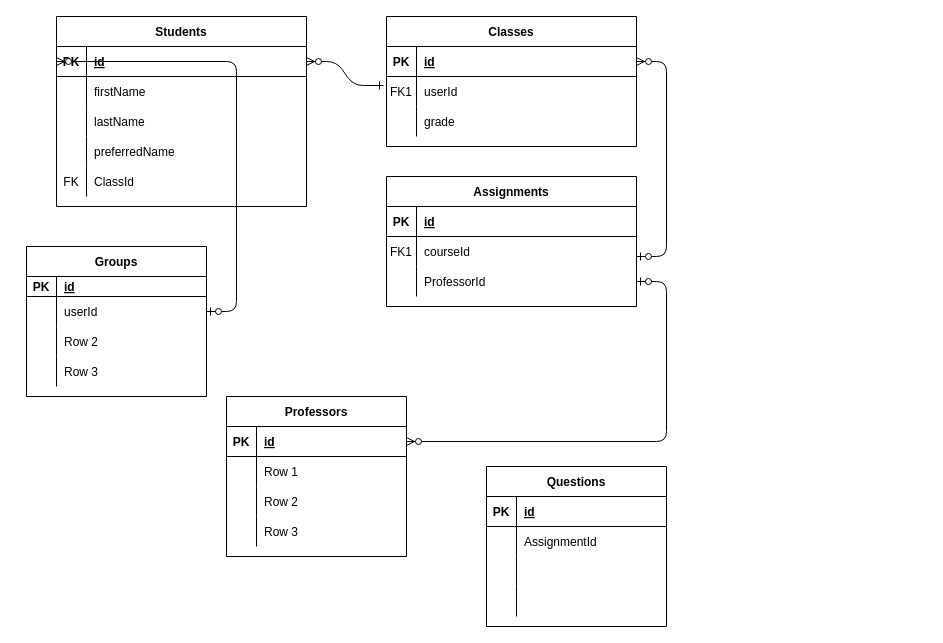
The draw.io diagram tophat ERD.drawio in HenryMao/smartTopHat, before the edit. Source tidied: cells renumbered, new cells numbered last; positions are measured from the earlier drawing's top-left corner, leaving out a move shared by most shapes. Both pictures are drawn from the tidied source at 100%, with x=0, y=0 at pixel (26, 16).
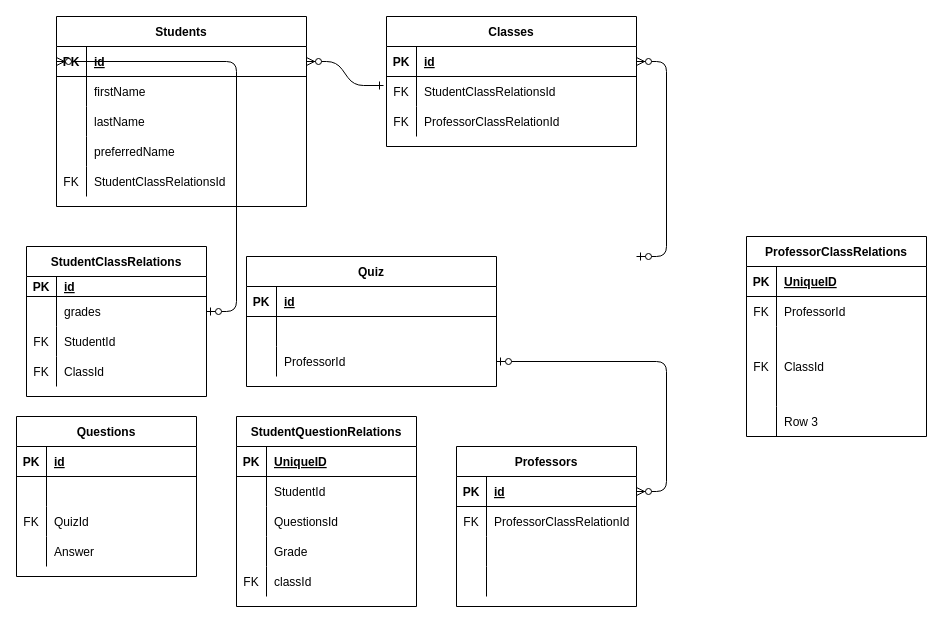
After the change.

Commit message:
tentative tophat ERD draft

Unchanged cells that the change refers to:
```xml
<mxCell id="7" style="shape=partialRectangle;fillColor=none;points=[[0,0.5],[1,0.5]];portConstraint=eastwest;top=0;left=0;right=0;bottom=0;" parent="3" vertex="1">
  <mxGeometry y="60" width="250" height="30" as="geometry" />
</mxCell>
<mxCell id="10" style="shape=partialRectangle;fillColor=none;top=0;left=0;right=0;bottom=0;" parent="3" vertex="1">
  <mxGeometry y="90" width="250" height="30" as="geometry" />
</mxCell>
<mxCell id="17" style="shape=partialRectangle;fillColor=none;top=0;left=0;right=0;bottom=0;" parent="13" vertex="1">
  <mxGeometry y="60" width="250" height="30" as="geometry" />
</mxCell>
<mxCell id="36" style="shape=partialRectangle;fillColor=none;top=0;left=0;right=0;bottom=0;" parent="23" vertex="1">
  <mxGeometry y="150" width="250" height="30" as="geometry" />
</mxCell>
<mxCell id="43" style="shape=partialRectangle;fillColor=none;top=0;left=0;bottom=0;right=0;points=[[0,0.5],[1,0.5]];portConstraint=eastwest;" parent="39" vertex="1">
  <mxGeometry y="50" width="180" height="30" as="geometry" />
</mxCell>
<mxCell id="46" style="shape=partialRectangle;fillColor=none;top=0;left=0;bottom=0;right=0;" parent="39" vertex="1">
  <mxGeometry y="80" width="180" height="30" as="geometry" />
</mxCell>
<mxCell id="49" style="shape=partialRectangle;fillColor=none;top=0;left=0;bottom=0;right=0;" parent="39" vertex="1">
  <mxGeometry y="110" width="180" height="30" as="geometry" />
</mxCell>
<mxCell id="56" style="shape=partialRectangle;fillColor=none;top=0;left=0;bottom=0;right=0;" parent="52" vertex="1">
  <mxGeometry y="60" width="180" height="30" as="geometry" />
</mxCell>
<mxCell id="59" style="shape=partialRectangle;fillColor=none;top=0;left=0;bottom=0;right=0;" parent="52" vertex="1">
  <mxGeometry y="90" width="180" height="30" as="geometry" />
</mxCell>
<mxCell id="62" style="shape=partialRectangle;fillColor=none;top=0;left=0;bottom=0;right=0;" parent="52" vertex="1">
  <mxGeometry y="120" width="180" height="30" as="geometry" />
</mxCell>
<mxCell id="71" style="shape=partialRectangle;fillColor=none;top=0;left=0;bottom=0;right=0;" parent="67" vertex="1">
  <mxGeometry y="60" width="180" height="30" as="geometry" />
</mxCell>
<mxCell id="74" style="shape=partialRectangle;fillColor=none;top=0;left=0;bottom=0;right=0;" parent="67" vertex="1">
  <mxGeometry y="90" width="180" height="30" as="geometry" />
</mxCell>
<mxCell id="77" style="shape=partialRectangle;fillColor=none;top=0;left=0;bottom=0;right=0;" parent="67" vertex="1">
  <mxGeometry y="120" width="180" height="30" as="geometry" />
</mxCell>
```

Diff of the diagram source:
```diff
@@
-    <mxCell id="8" value="FK1" style="shape=partialRectangle;overflow=hidden;fillColor=none;top=0;left=0;bottom=0;right=0;" parent="7" vertex="1">
+    <mxCell id="8" value="FK" style="shape=partialRectangle;overflow=hidden;fillColor=none;top=0;left=0;bottom=0;right=0;" parent="7" vertex="1">
       <mxGeometry width="30" height="30" as="geometry" />
     </mxCell>
-    <mxCell id="9" value="userId" style="shape=partialRectangle;overflow=hidden;fillColor=none;top=0;left=0;bottom=0;right=0;align=left;spacingLeft=6;" parent="7" vertex="1">
+    <mxCell id="9" value="StudentClassRelationsId" style="shape=partialRectangle;overflow=hidden;fillColor=none;top=0;left=0;bottom=0;right=0;align=left;spacingLeft=6;" parent="7" vertex="1">
       <mxGeometry x="30" width="220" height="30" as="geometry" />
     </mxCell>
@@
-    <mxCell id="11" style="shape=partialRectangle;overflow=hidden;fillColor=none;top=0;left=0;bottom=0;right=0;" parent="10" vertex="1">
+    <mxCell id="11" value="FK" style="shape=partialRectangle;overflow=hidden;fillColor=none;top=0;left=0;bottom=0;right=0;" parent="10" vertex="1">
       <mxGeometry width="30" height="30" as="geometry" />
     </mxCell>
-    <mxCell id="12" value="grade" style="shape=partialRectangle;overflow=hidden;fillColor=none;top=0;left=0;bottom=0;right=0;align=left;spacingLeft=6;" parent="10" vertex="1">
+    <mxCell id="12" value="ProfessorClassRelationId" style="shape=partialRectangle;overflow=hidden;fillColor=none;top=0;left=0;bottom=0;right=0;align=left;spacingLeft=6;" parent="10" vertex="1">
       <mxGeometry x="30" width="220" height="30" as="geometry" />
     </mxCell>
-    <mxCell id="13" value="Assignments" style="shape=table;startSize=30;childLayout=tableLayout;rowLines=0;fontStyle=1;align=center;" parent="1" vertex="1">
-      <mxGeometry x="360" y="160" width="250" height="130" as="geometry" />
+    <mxCell id="13" value="Quiz" style="shape=table;startSize=30;childLayout=tableLayout;rowLines=0;fontStyle=1;align=center;" parent="1" vertex="1">
+      <mxGeometry x="220" y="240" width="250" height="130" as="geometry" />
     </mxCell>
@@
-    <mxCell id="18" value="FK1" style="shape=partialRectangle;overflow=hidden;fillColor=none;top=0;left=0;bottom=0;right=0;" parent="17" vertex="1">
+    <mxCell id="18" style="shape=partialRectangle;overflow=hidden;fillColor=none;top=0;left=0;bottom=0;right=0;" parent="17" vertex="1">
       <mxGeometry width="30" height="30" as="geometry" />
     </mxCell>
-    <mxCell id="19" value="courseId" style="shape=partialRectangle;overflow=hidden;fillColor=none;top=0;left=0;bottom=0;right=0;align=left;spacingLeft=6;" parent="17" vertex="1">
+    <mxCell id="19" style="shape=partialRectangle;overflow=hidden;fillColor=none;top=0;left=0;bottom=0;right=0;align=left;spacingLeft=6;" parent="17" vertex="1">
       <mxGeometry x="30" width="220" height="30" as="geometry" />
     </mxCell>
@@
-    <mxCell id="38" value="ClassId" style="shape=partialRectangle;overflow=hidden;fillColor=none;top=0;left=0;bottom=0;right=0;align=left;spacingLeft=6;" parent="36" vertex="1">
+    <mxCell id="38" value="StudentClassRelationsId" style="shape=partialRectangle;overflow=hidden;fillColor=none;top=0;left=0;bottom=0;right=0;align=left;spacingLeft=6;" parent="36" vertex="1">
       <mxGeometry x="30" width="220" height="30" as="geometry" />
     </mxCell>
-    <mxCell id="39" value="Groups" style="shape=table;startSize=30;childLayout=tableLayout;rowLines=0;fontStyle=1;align=center;" parent="1" vertex="1">
+    <mxCell id="39" value="StudentClassRelations" style="shape=table;startSize=30;childLayout=tableLayout;rowLines=0;fontStyle=1;align=center;" parent="1" vertex="1">
       <mxGeometry y="230" width="180" height="150" as="geometry" />
     </mxCell>
@@
-    <mxCell id="45" value="userId" style="shape=partialRectangle;fillColor=none;top=0;left=0;bottom=0;right=0;align=left;spacingLeft=6;overflow=hidden;" parent="43" vertex="1">
+    <mxCell id="45" value="grades" style="shape=partialRectangle;fillColor=none;top=0;left=0;bottom=0;right=0;align=left;spacingLeft=6;overflow=hidden;" parent="43" vertex="1">
       <mxGeometry x="30" width="150" height="30" as="geometry" />
     </mxCell>
@@
-    <mxCell id="47" style="shape=partialRectangle;fillColor=none;top=0;left=0;bottom=0;right=0;overflow=hidden;" parent="46" vertex="1">
+    <mxCell id="47" value="FK" style="shape=partialRectangle;fillColor=none;top=0;left=0;bottom=0;right=0;overflow=hidden;" parent="46" vertex="1">
       <mxGeometry width="30" height="30" as="geometry" />
     </mxCell>
-    <mxCell id="48" value="Row 2" style="shape=partialRectangle;fillColor=none;top=0;left=0;bottom=0;right=0;align=left;spacingLeft=6;overflow=hidden;" parent="46" vertex="1">
+    <mxCell id="48" value="StudentId" style="shape=partialRectangle;fillColor=none;top=0;left=0;bottom=0;right=0;align=left;spacingLeft=6;overflow=hidden;" parent="46" vertex="1">
       <mxGeometry x="30" width="150" height="30" as="geometry" />
     </mxCell>
@@
-    <mxCell id="50" style="shape=partialRectangle;fillColor=none;top=0;left=0;bottom=0;right=0;overflow=hidden;" parent="49" vertex="1">
+    <mxCell id="50" value="FK" style="shape=partialRectangle;fillColor=none;top=0;left=0;bottom=0;right=0;overflow=hidden;" parent="49" vertex="1">
       <mxGeometry width="30" height="30" as="geometry" />
     </mxCell>
-    <mxCell id="51" value="Row 3" style="shape=partialRectangle;fillColor=none;top=0;left=0;bottom=0;right=0;align=left;spacingLeft=6;overflow=hidden;" parent="49" vertex="1">
+    <mxCell id="51" value="ClassId" style="shape=partialRectangle;fillColor=none;top=0;left=0;bottom=0;right=0;align=left;spacingLeft=6;overflow=hidden;" parent="49" vertex="1">
       <mxGeometry x="30" width="150" height="30" as="geometry" />
     </mxCell>
     <mxCell id="52" value="Questions" style="shape=table;startSize=30;childLayout=tableLayout;rowLines=0;fontStyle=1;align=center;" parent="1" vertex="1">
-      <mxGeometry x="460" y="450" width="180" height="160" as="geometry" />
+      <mxGeometry x="-10" y="400" width="180" height="160" as="geometry" />
     </mxCell>
@@
-    <mxCell id="58" value="AssignmentId" style="shape=partialRectangle;fillColor=none;top=0;left=0;bottom=0;right=0;align=left;spacingLeft=6;overflow=hidden;" parent="56" vertex="1">
+    <mxCell id="58" style="shape=partialRectangle;fillColor=none;top=0;left=0;bottom=0;right=0;align=left;spacingLeft=6;overflow=hidden;" parent="56" vertex="1">
       <mxGeometry x="30" width="150" height="30" as="geometry" />
     </mxCell>
@@
-    <mxCell id="60" style="shape=partialRectangle;fillColor=none;top=0;left=0;bottom=0;right=0;overflow=hidden;" parent="59" vertex="1">
+    <mxCell id="60" value="FK" style="shape=partialRectangle;fillColor=none;top=0;left=0;bottom=0;right=0;overflow=hidden;" parent="59" vertex="1">
       <mxGeometry width="30" height="30" as="geometry" />
     </mxCell>
-    <mxCell id="61" style="shape=partialRectangle;fillColor=none;top=0;left=0;bottom=0;right=0;align=left;spacingLeft=6;overflow=hidden;" parent="59" vertex="1">
+    <mxCell id="61" value="QuizId" style="shape=partialRectangle;fillColor=none;top=0;left=0;bottom=0;right=0;align=left;spacingLeft=6;overflow=hidden;" parent="59" vertex="1">
       <mxGeometry x="30" width="150" height="30" as="geometry" />
     </mxCell>
@@
-    <mxCell id="64" style="shape=partialRectangle;fillColor=none;top=0;left=0;bottom=0;right=0;align=left;spacingLeft=6;overflow=hidden;" parent="62" vertex="1">
+    <mxCell id="64" value="Answer" style="shape=partialRectangle;fillColor=none;top=0;left=0;bottom=0;right=0;align=left;spacingLeft=6;overflow=hidden;" parent="62" vertex="1">
       <mxGeometry x="30" width="150" height="30" as="geometry" />
     </mxCell>
@@
     <mxCell id="67" value="Professors" style="shape=table;startSize=30;childLayout=tableLayout;rowLines=0;fontStyle=1;align=center;" parent="1" vertex="1">
-      <mxGeometry x="200" y="380" width="180" height="160" as="geometry" />
+      <mxGeometry x="430" y="430" width="180" height="160" as="geometry" />
     </mxCell>
@@
-    <mxCell id="72" style="shape=partialRectangle;fillColor=none;top=0;left=0;bottom=0;right=0;overflow=hidden;" parent="71" vertex="1">
+    <mxCell id="72" value="FK" style="shape=partialRectangle;fillColor=none;top=0;left=0;bottom=0;right=0;overflow=hidden;" parent="71" vertex="1">
       <mxGeometry width="30" height="30" as="geometry" />
     </mxCell>
-    <mxCell id="73" value="Row 1" style="shape=partialRectangle;fillColor=none;top=0;left=0;bottom=0;right=0;align=left;spacingLeft=6;overflow=hidden;" parent="71" vertex="1">
+    <mxCell id="73" value="ProfessorClassRelationId" style="shape=partialRectangle;fillColor=none;top=0;left=0;bottom=0;right=0;align=left;spacingLeft=6;overflow=hidden;" parent="71" vertex="1">
       <mxGeometry x="30" width="150" height="30" as="geometry" />
     </mxCell>
@@
-    <mxCell id="76" value="Row 2" style="shape=partialRectangle;fillColor=none;top=0;left=0;bottom=0;right=0;align=left;spacingLeft=6;overflow=hidden;" parent="74" vertex="1">
+    <mxCell id="76" style="shape=partialRectangle;fillColor=none;top=0;left=0;bottom=0;right=0;align=left;spacingLeft=6;overflow=hidden;" parent="74" vertex="1">
       <mxGeometry x="30" width="150" height="30" as="geometry" />
     </mxCell>
@@
-    <mxCell id="79" value="Row 3" style="shape=partialRectangle;fillColor=none;top=0;left=0;bottom=0;right=0;align=left;spacingLeft=6;overflow=hidden;" parent="77" vertex="1">
+    <mxCell id="79" style="shape=partialRectangle;fillColor=none;top=0;left=0;bottom=0;right=0;align=left;spacingLeft=6;overflow=hidden;" parent="77" vertex="1">
       <mxGeometry x="30" width="150" height="30" as="geometry" />
     </mxCell>
@@
+    <mxCell id="81" value="StudentQuestionRelations" style="shape=table;startSize=30;childLayout=tableLayout;rowLines=0;fontStyle=1;align=center;" parent="1" vertex="1">
+      <mxGeometry x="210" y="400" width="180" height="190" as="geometry" />
+    </mxCell>
+    <mxCell id="82" style="shape=partialRectangle;fillColor=none;top=0;left=0;bottom=1;right=0;" parent="81" vertex="1">
+      <mxGeometry y="30" width="180" height="30" as="geometry" />
+    </mxCell>
+    <mxCell id="83" value="PK" style="shape=partialRectangle;fillColor=none;top=0;left=0;bottom=0;right=0;fontStyle=1;overflow=hidden;" parent="82" vertex="1">
+      <mxGeometry width="30" height="30" as="geometry" />
+    </mxCell>
+    <mxCell id="84" value="UniqueID" style="shape=partialRectangle;fillColor=none;top=0;left=0;bottom=0;right=0;align=left;spacingLeft=6;fontStyle=5;overflow=hidden;" parent="82" vertex="1">
+      <mxGeometry x="30" width="150" height="30" as="geometry" />
+    </mxCell>
+    <mxCell id="85" style="shape=partialRectangle;fillColor=none;top=0;left=0;bottom=0;right=0;" parent="81" vertex="1">
+      <mxGeometry y="60" width="180" height="30" as="geometry" />
+    </mxCell>
+    <mxCell id="86" style="shape=partialRectangle;fillColor=none;top=0;left=0;bottom=0;right=0;overflow=hidden;" parent="85" vertex="1">
+      <mxGeometry width="30" height="30" as="geometry" />
+    </mxCell>
+    <mxCell id="87" value="StudentId" style="shape=partialRectangle;fillColor=none;top=0;left=0;bottom=0;right=0;align=left;spacingLeft=6;overflow=hidden;" parent="85" vertex="1">
+      <mxGeometry x="30" width="150" height="30" as="geometry" />
+    </mxCell>
+    <mxCell id="88" style="shape=partialRectangle;fillColor=none;top=0;left=0;bottom=0;right=0;" parent="81" vertex="1">
+      <mxGeometry y="90" width="180" height="30" as="geometry" />
+    </mxCell>
+    <mxCell id="89" style="shape=partialRectangle;fillColor=none;top=0;left=0;bottom=0;right=0;overflow=hidden;" parent="88" vertex="1">
+      <mxGeometry width="30" height="30" as="geometry" />
+    </mxCell>
+    <mxCell id="90" value="QuestionsId" style="shape=partialRectangle;fillColor=none;top=0;left=0;bottom=0;right=0;align=left;spacingLeft=6;overflow=hidden;" parent="88" vertex="1">
+      <mxGeometry x="30" width="150" height="30" as="geometry" />
+    </mxCell>
+    <mxCell id="91" style="shape=partialRectangle;fillColor=none;top=0;left=0;bottom=0;right=0;" parent="81" vertex="1">
+      <mxGeometry y="120" width="180" height="30" as="geometry" />
+    </mxCell>
+    <mxCell id="92" style="shape=partialRectangle;fillColor=none;top=0;left=0;bottom=0;right=0;overflow=hidden;" parent="91" vertex="1">
+      <mxGeometry width="30" height="30" as="geometry" />
+    </mxCell>
+    <mxCell id="93" value="Grade" style="shape=partialRectangle;fillColor=none;top=0;left=0;bottom=0;right=0;align=left;spacingLeft=6;overflow=hidden;" parent="91" vertex="1">
+      <mxGeometry x="30" width="150" height="30" as="geometry" />
+    </mxCell>
+    <mxCell id="94" style="shape=partialRectangle;fillColor=none;top=0;left=0;bottom=0;right=0;" parent="81" vertex="1">
+      <mxGeometry y="150" width="180" height="30" as="geometry" />
+    </mxCell>
+    <mxCell id="95" value="FK" style="shape=partialRectangle;fillColor=none;top=0;left=0;bottom=0;right=0;overflow=hidden;" parent="94" vertex="1">
+      <mxGeometry width="30" height="30" as="geometry" />
+    </mxCell>
+    <mxCell id="96" value="classId" style="shape=partialRectangle;fillColor=none;top=0;left=0;bottom=0;right=0;align=left;spacingLeft=6;overflow=hidden;" parent="94" vertex="1">
+      <mxGeometry x="30" width="150" height="30" as="geometry" />
+    </mxCell>
+    <mxCell id="97" value="ProfessorClassRelations" style="shape=table;startSize=30;childLayout=tableLayout;rowLines=0;fontStyle=1;align=center;" parent="1" vertex="1">
+      <mxGeometry x="720" y="220" width="180" height="200" as="geometry" />
+    </mxCell>
+    <mxCell id="98" style="shape=partialRectangle;fillColor=none;top=0;left=0;bottom=1;right=0;" parent="97" vertex="1">
+      <mxGeometry y="30" width="180" height="30" as="geometry" />
+    </mxCell>
+    <mxCell id="99" value="PK" style="shape=partialRectangle;fillColor=none;top=0;left=0;bottom=0;right=0;fontStyle=1;overflow=hidden;" parent="98" vertex="1">
+      <mxGeometry width="30" height="30" as="geometry" />
+    </mxCell>
+    <mxCell id="100" value="UniqueID" style="shape=partialRectangle;fillColor=none;top=0;left=0;bottom=0;right=0;align=left;spacingLeft=6;fontStyle=5;overflow=hidden;" parent="98" vertex="1">
+      <mxGeometry x="30" width="150" height="30" as="geometry" />
+    </mxCell>
+    <mxCell id="101" style="shape=partialRectangle;fillColor=none;top=0;left=0;bottom=0;right=0;" parent="97" vertex="1">
+      <mxGeometry y="60" width="180" height="30" as="geometry" />
+    </mxCell>
+    <mxCell id="102" value="FK" style="shape=partialRectangle;fillColor=none;top=0;left=0;bottom=0;right=0;overflow=hidden;" parent="101" vertex="1">
+      <mxGeometry width="30" height="30" as="geometry" />
+    </mxCell>
+    <mxCell id="103" value="ProfessorId" style="shape=partialRectangle;fillColor=none;top=0;left=0;bottom=0;right=0;align=left;spacingLeft=6;overflow=hidden;" parent="101" vertex="1">
+      <mxGeometry x="30" width="150" height="30" as="geometry" />
+    </mxCell>
+    <mxCell id="104" style="shape=partialRectangle;fillColor=none;top=0;left=0;bottom=0;right=0;" parent="97" vertex="1">
+      <mxGeometry y="90" width="180" height="80" as="geometry" />
+    </mxCell>
+    <mxCell id="105" value="FK" style="shape=partialRectangle;fillColor=none;top=0;left=0;bottom=0;right=0;overflow=hidden;" parent="104" vertex="1">
+      <mxGeometry width="30" height="80" as="geometry" />
+    </mxCell>
+    <mxCell id="106" value="ClassId" style="shape=partialRectangle;fillColor=none;top=0;left=0;bottom=0;right=0;align=left;spacingLeft=6;overflow=hidden;" parent="104" vertex="1">
+      <mxGeometry x="30" width="150" height="80" as="geometry" />
+    </mxCell>
+    <mxCell id="107" style="shape=partialRectangle;fillColor=none;top=0;left=0;bottom=0;right=0;" parent="97" vertex="1">
+      <mxGeometry y="170" width="180" height="30" as="geometry" />
+    </mxCell>
+    <mxCell id="108" style="shape=partialRectangle;fillColor=none;top=0;left=0;bottom=0;right=0;overflow=hidden;" parent="107" vertex="1">
+      <mxGeometry width="30" height="30" as="geometry" />
+    </mxCell>
+    <mxCell id="109" value="Row 3" style="shape=partialRectangle;fillColor=none;top=0;left=0;bottom=0;right=0;align=left;spacingLeft=6;overflow=hidden;" parent="107" vertex="1">
+      <mxGeometry x="30" width="150" height="30" as="geometry" />
+    </mxCell>
```
